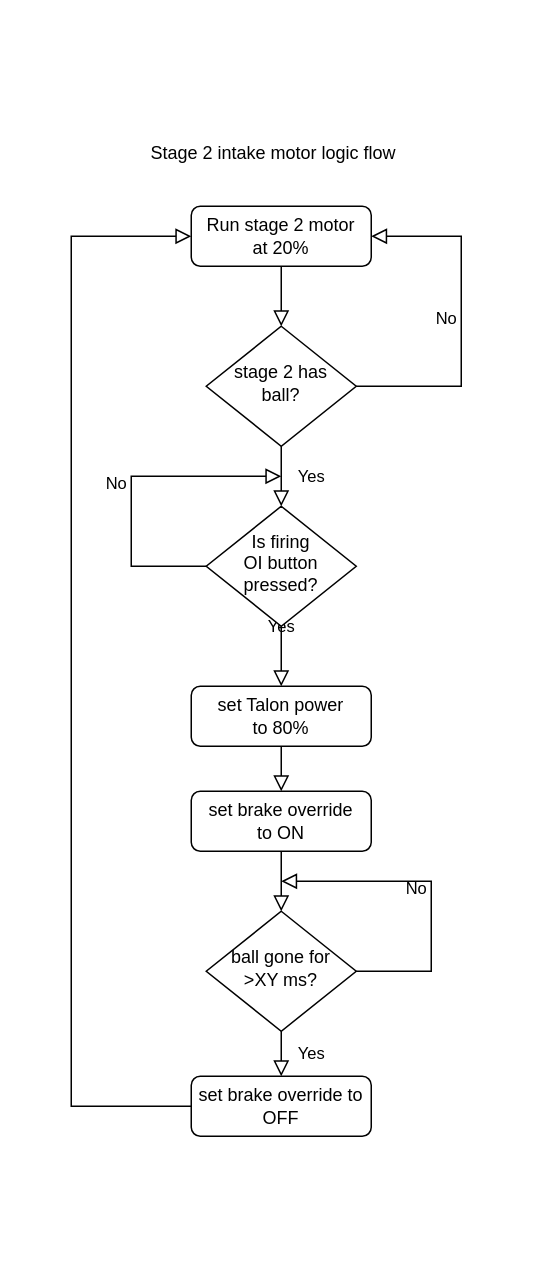
Before: diagrams/stage 2 intake motor control.drawio in FRC-2928/VikingRobot2022, a draw.io diagram. Source tidied: cells renumbered, new cells numbered last; positions are measured from the earlier drawing's top-left corner, leaving out a move shared by most shapes. Both pictures are drawn from the tidied source at 150%, with x=0, y=0 at pixel (26, 130).
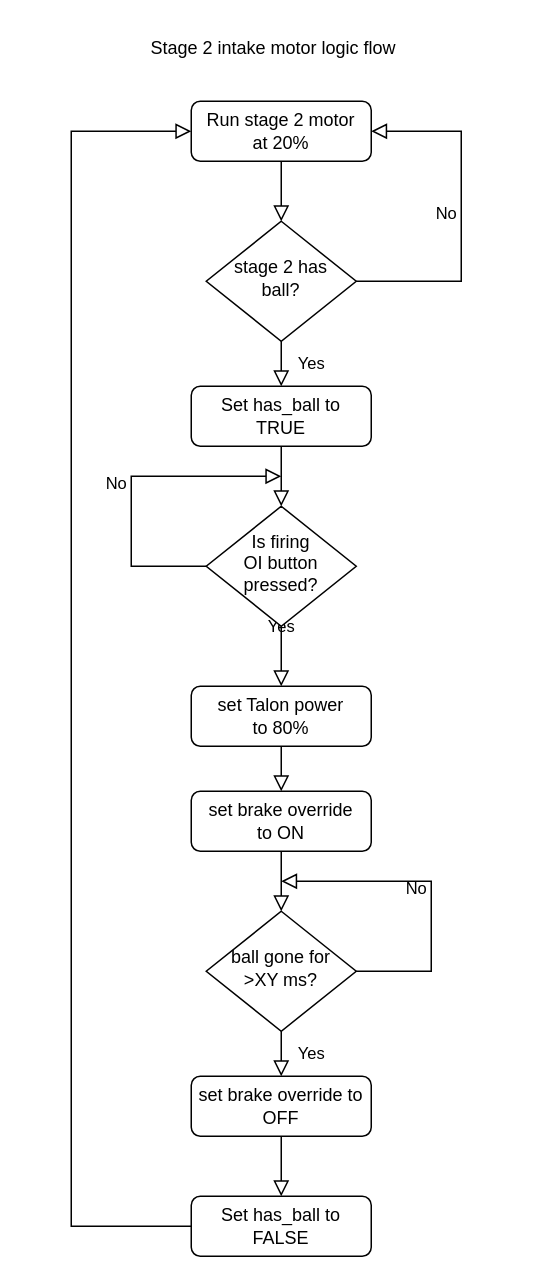
Above is the later version.

The change refers to these unchanged cells:
```xml
<mxCell id="6" value="&lt;div&gt;Is firing &lt;br&gt;&lt;/div&gt;&lt;div&gt;OI button&lt;/div&gt;&lt;div&gt;pressed?&lt;br&gt;&lt;/div&gt;" style="rhombus;whiteSpace=wrap;html=1;shadow=0;fontFamily=Helvetica;fontSize=12;align=center;strokeWidth=1;spacing=6;spacingTop=-4;" parent="1" vertex="1">
  <mxGeometry x="120" y="250" width="100" height="80" as="geometry" />
</mxCell>
<mxCell id="17" value="&lt;div&gt;set brake override to&lt;/div&gt;&lt;div&gt;OFF&lt;/div&gt;" style="rounded=1;whiteSpace=wrap;html=1;fontSize=12;glass=0;strokeWidth=1;shadow=0;" parent="1" vertex="1">
  <mxGeometry x="110" y="630" width="120" height="40" as="geometry" />
</mxCell>
```

Diff of the diagram source:
```diff
@@
     <mxCell id="3" value="&lt;div&gt;Run stage 2 motor&lt;/div&gt;&lt;div&gt;at 20%&lt;br&gt;&lt;/div&gt;" style="rounded=1;whiteSpace=wrap;html=1;fontSize=12;glass=0;strokeWidth=1;shadow=0;" parent="1" vertex="1">
-      <mxGeometry x="110" y="50" width="120" height="40" as="geometry" />
+      <mxGeometry x="110" y="-20" width="120" height="40" as="geometry" />
     </mxCell>
@@
     <mxCell id="7" value="Stage 2 intake motor logic flow" style="text;html=1;strokeColor=none;fillColor=none;align=center;verticalAlign=middle;whiteSpace=wrap;rounded=0;" parent="1" vertex="1">
-      <mxGeometry width="330" height="30" as="geometry" />
+      <mxGeometry y="-70" width="330" height="30" as="geometry" />
     </mxCell>
@@
     <mxCell id="14" value="&lt;div&gt;stage 2 has&lt;/div&gt;&lt;div&gt;ball?&lt;br&gt;&lt;/div&gt;" style="rhombus;whiteSpace=wrap;html=1;shadow=0;fontFamily=Helvetica;fontSize=12;align=center;strokeWidth=1;spacing=6;spacingTop=-4;" parent="1" vertex="1">
-      <mxGeometry x="120" y="130" width="100" height="80" as="geometry" />
+      <mxGeometry x="120" y="60" width="100" height="80" as="geometry" />
     </mxCell>
     <mxCell id="15" value="No" style="edgeStyle=orthogonalEdgeStyle;rounded=0;html=1;jettySize=auto;fontSize=11;endArrow=block;endFill=0;endSize=8;strokeWidth=1;shadow=0;labelBackgroundColor=none;entryX=1;entryY=0.5;entryDx=0;entryDy=0;exitX=1;exitY=0.5;exitDx=0;exitDy=0;" parent="1" edge="1" source="14" target="3">
       <mxGeometry y="10" relative="1" as="geometry">
         <Array as="points">
-          <mxPoint x="290" y="170" />
-          <mxPoint x="290" y="70" />
+          <mxPoint x="290" y="100" />
+          <mxPoint x="290" />
         </Array>
       </mxGeometry>
     </mxCell>
-    <mxCell id="16" value="Yes" style="rounded=0;html=1;jettySize=auto;fontSize=11;endArrow=block;endFill=0;endSize=8;strokeWidth=1;shadow=0;labelBackgroundColor=none;edgeStyle=orthogonalEdgeStyle;exitX=0.5;exitY=1;exitDx=0;exitDy=0;entryX=0.5;entryY=0;entryDx=0;entryDy=0;startArrow=none;" parent="1" edge="1" source="14" target="6">
-      <mxGeometry y="20" relative="1" as="geometry" />
+    <mxCell id="16" value="Yes" style="rounded=0;html=1;jettySize=auto;fontSize=11;endArrow=block;endFill=0;endSize=8;strokeWidth=1;shadow=0;labelBackgroundColor=none;edgeStyle=orthogonalEdgeStyle;exitX=0.5;exitY=1;exitDx=0;exitDy=0;startArrow=none;" parent="1" edge="1" source="14">
+      <mxGeometry y="20" relative="1" as="geometry">
+        <mxPoint x="170" y="170" as="targetPoint" />
+      </mxGeometry>
     </mxCell>
@@
-    <mxCell id="19" style="endArrow=block;html=1;rounded=0;exitX=0;exitY=0.5;exitDx=0;exitDy=0;endFill=0;endSize=8;entryX=0;entryY=0.5;entryDx=0;entryDy=0;" parent="1" edge="1" source="17" target="3">
+    <mxCell id="19" style="endArrow=block;html=1;rounded=0;exitX=0;exitY=0.5;exitDx=0;exitDy=0;endFill=0;endSize=8;entryX=0;entryY=0.5;entryDx=0;entryDy=0;" parent="1" edge="1" source="20" target="3">
       <mxGeometry relative="1" as="geometry">
         <Array as="points">
-          <mxPoint x="30" y="650" />
-          <mxPoint x="30" y="350" />
-          <mxPoint x="30" y="70" />
+          <mxPoint x="30" y="730" />
+          <mxPoint x="30" y="280" />
+          <mxPoint x="30" />
         </Array>
       </mxGeometry>
     </mxCell>
+    <mxCell id="20" value="Set has_ball to FALSE" style="rounded=1;whiteSpace=wrap;html=1;fontSize=12;glass=0;strokeWidth=1;shadow=0;" parent="1" vertex="1">
+      <mxGeometry x="110" y="710" width="120" height="40" as="geometry" />
+    </mxCell>
+    <mxCell id="21" style="endArrow=block;html=1;rounded=0;exitX=0.5;exitY=1;exitDx=0;exitDy=0;entryX=0.5;entryY=0;entryDx=0;entryDy=0;endFill=0;endSize=8;" parent="1" edge="1" source="17" target="20">
+      <mxGeometry relative="1" as="geometry" />
+    </mxCell>
+    <mxCell id="22" value="&lt;div&gt;Set has_ball to &lt;br&gt;&lt;/div&gt;&lt;div&gt;TRUE&lt;/div&gt;" style="rounded=1;whiteSpace=wrap;html=1;fontSize=12;glass=0;strokeWidth=1;shadow=0;" parent="1" vertex="1">
+      <mxGeometry x="110" y="170" width="120" height="40" as="geometry" />
+    </mxCell>
+    <mxCell id="23" style="endArrow=block;html=1;rounded=0;entryX=0.5;entryY=0;entryDx=0;entryDy=0;endFill=0;endSize=8;exitX=0.5;exitY=1;exitDx=0;exitDy=0;" parent="1" edge="1" source="22" target="6">
+      <mxGeometry relative="1" as="geometry" />
+    </mxCell>
```
